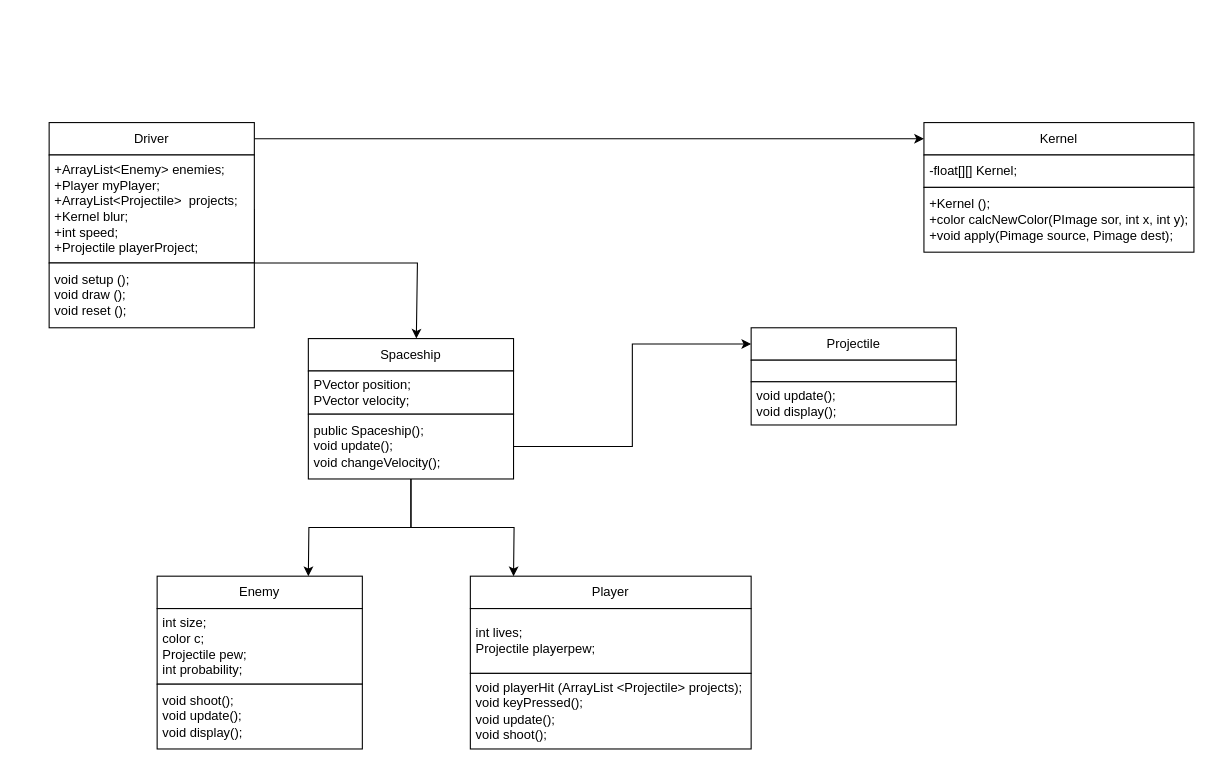
Above: Untitled Diagram.drawio in JasxnNg/Final-Project (draw.io), before the change. Source tidied: cells renumbered, new cells numbered last; positions are measured from the earlier drawing's top-left corner, leaving out a move shared by most shapes. Both pictures are drawn from the tidied source at 108%, with x=0, y=0 at pixel (49, 122).
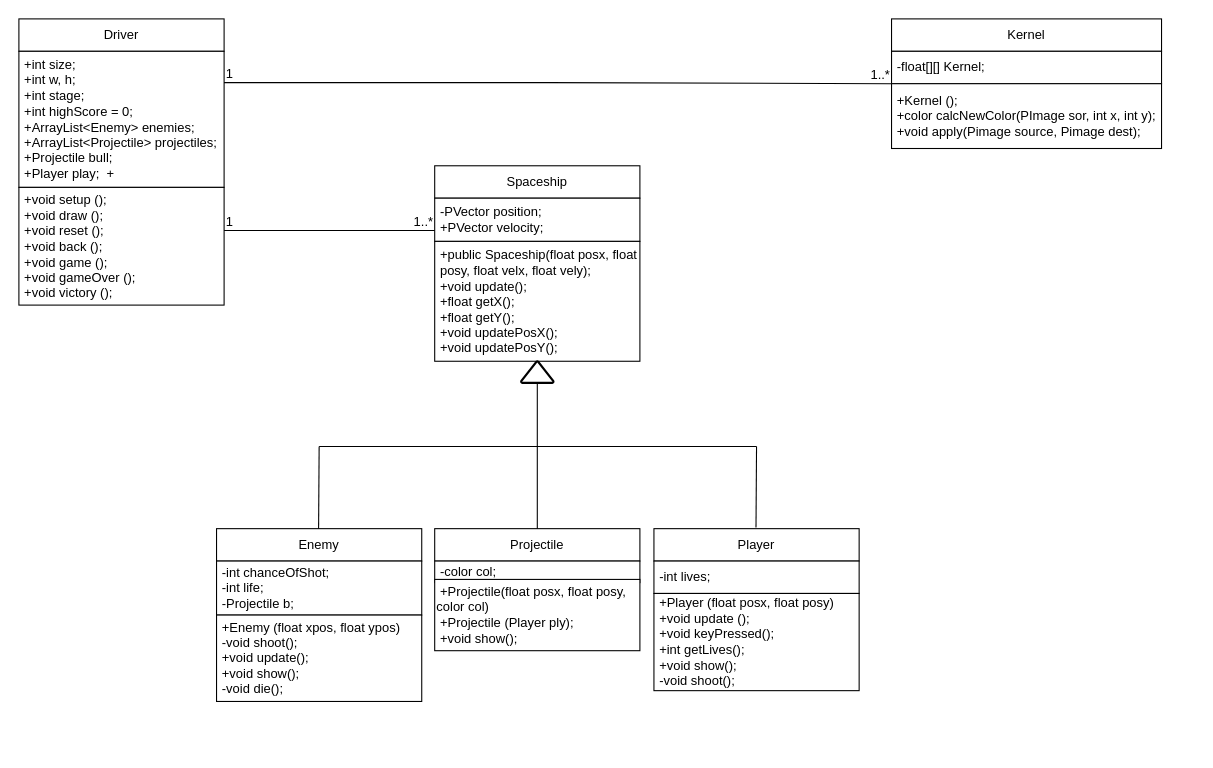
The same page after the edit.

The edit, as a diff of the source:
```diff
@@
-    <mxCell id="2" style="edgeStyle=orthogonalEdgeStyle;rounded=0;jettySize=auto;html=1;entryX=0;entryY=0.5;entryDx=0;entryDy=0;" parent="1" edge="1" source="3" target="7">
-      <mxGeometry relative="1" as="geometry" />
-    </mxCell>
     <mxCell id="3" value="Driver" style="rounded=0;whiteSpace=wrap;html=1;" parent="1" vertex="1">
-      <mxGeometry width="190" height="30" as="geometry" />
+      <mxGeometry x="-28" y="-96" width="190" height="30" as="geometry" />
     </mxCell>
-    <mxCell id="4" style="edgeStyle=orthogonalEdgeStyle;rounded=0;jettySize=auto;html=1;exitX=1;exitY=0.5;exitDx=0;exitDy=0;" parent="1" edge="1" source="5">
-      <mxGeometry relative="1" as="geometry">
-        <mxPoint x="340" y="200" as="targetPoint" />
-        <Array as="points">
-          <mxPoint x="190" y="130" />
-          <mxPoint x="341" y="130" />
-        </Array>
-      </mxGeometry>
-    </mxCell>
-    <mxCell id="5" value="&amp;nbsp;+ArrayList&amp;lt;Enemy&amp;gt; enemies;&amp;nbsp;&lt;br&gt;&amp;nbsp;+Player myPlayer;&amp;nbsp;&lt;br&gt;&amp;nbsp;+ArrayList&amp;lt;Projectile&amp;gt;&amp;nbsp; projects;&lt;br&gt;&amp;nbsp;+Kernel blur;&amp;nbsp;&amp;nbsp;&lt;br&gt;&amp;nbsp;+int speed;&amp;nbsp;&lt;br&gt;&amp;nbsp;+Projectile playerProject;&amp;nbsp;" style="rounded=0;whiteSpace=wrap;html=1;align=left;" parent="1" vertex="1">
-      <mxGeometry y="30" width="190" height="100" as="geometry" />
+    <mxCell id="5" value="&lt;div&gt;&amp;nbsp;+int size;&amp;nbsp;&amp;nbsp;&lt;/div&gt;&lt;div&gt;&amp;nbsp;+int w, h;&amp;nbsp;&lt;/div&gt;&lt;div&gt;&amp;nbsp;+int stage;&amp;nbsp;&lt;/div&gt;&lt;div&gt;&amp;nbsp;+int highScore = 0;&amp;nbsp;&lt;/div&gt;&lt;div&gt;&amp;nbsp;+ArrayList&amp;lt;Enemy&amp;gt; enemies;&amp;nbsp;&lt;/div&gt;&lt;div&gt;&amp;nbsp;+ArrayList&amp;lt;Projectile&amp;gt; projectiles;&amp;nbsp;&lt;/div&gt;&lt;div&gt;&amp;nbsp;+Projectile bull;&amp;nbsp;&lt;/div&gt;&amp;nbsp;+Player play;&amp;nbsp;&amp;nbsp;+&amp;nbsp;" style="rounded=0;whiteSpace=wrap;html=1;align=left;" parent="1" vertex="1">
+      <mxGeometry x="-28" y="-66" width="190" height="126" as="geometry" />
     </mxCell>
-    <mxCell id="6" value="&amp;nbsp;void setup ();&amp;nbsp;&lt;br&gt;&amp;nbsp;void draw ();&amp;nbsp;&lt;br&gt;&amp;nbsp;void reset ();&amp;nbsp;" style="rounded=0;whiteSpace=wrap;html=1;align=left;" parent="1" vertex="1">
-      <mxGeometry y="130" width="190" height="60" as="geometry" />
+    <mxCell id="6" value="&amp;nbsp;+void setup ();&amp;nbsp;&lt;br&gt;&amp;nbsp;+void draw ();&amp;nbsp;&lt;br&gt;&amp;nbsp;+void reset ();&amp;nbsp;&lt;br&gt;&amp;nbsp;+void back ();&amp;nbsp;&lt;br&gt;&amp;nbsp;+void game ();&amp;nbsp;&lt;br&gt;&amp;nbsp;+void gameOver ();&lt;br&gt;&amp;nbsp;+void victory ();&amp;nbsp;" style="rounded=0;whiteSpace=wrap;html=1;align=left;" parent="1" vertex="1">
+      <mxGeometry x="-28" y="60" width="190" height="109" as="geometry" />
     </mxCell>
     <mxCell id="7" value="Kernel" style="rounded=0;whiteSpace=wrap;html=1;" parent="1" vertex="1">
-      <mxGeometry x="810" width="250" height="30" as="geometry" />
+      <mxGeometry x="780" y="-96" width="250" height="30" as="geometry" />
     </mxCell>
     <mxCell id="8" value="&amp;nbsp;-float[][] Kernel;" style="rounded=0;whiteSpace=wrap;html=1;align=left;" parent="1" vertex="1">
-      <mxGeometry x="810" y="30" width="250" height="30" as="geometry" />
+      <mxGeometry x="780" y="-66" width="250" height="30" as="geometry" />
     </mxCell>
     <mxCell id="9" value="&amp;nbsp;+Kernel ();&lt;br&gt;&amp;nbsp;+color calcNewColor(PImage sor, int x, int y);&amp;nbsp;&lt;br&gt;&amp;nbsp;+void apply(Pimage source, Pimage dest);&amp;nbsp;" style="rounded=0;whiteSpace=wrap;html=1;align=left;" parent="1" vertex="1">
-      <mxGeometry x="810" y="60" width="250" height="60" as="geometry" />
+      <mxGeometry x="780" y="-36" width="250" height="60" as="geometry" />
     </mxCell>
     <mxCell id="10" value="Spaceship" style="rounded=0;whiteSpace=wrap;html=1;" parent="1" vertex="1">
-      <mxGeometry x="240" y="200" width="190" height="30" as="geometry" />
+      <mxGeometry x="357" y="40" width="190" height="30" as="geometry" />
     </mxCell>
-    <mxCell id="11" value="&amp;nbsp;PVector position;&amp;nbsp;&lt;br&gt;&amp;nbsp;PVector velocity;&amp;nbsp;" style="rounded=0;whiteSpace=wrap;html=1;align=left;" parent="1" vertex="1">
-      <mxGeometry x="240" y="230" width="190" height="40" as="geometry" />
+    <mxCell id="11" value="&amp;nbsp;-PVector position;&amp;nbsp;&lt;br&gt;&amp;nbsp;+PVector velocity;&amp;nbsp;" style="rounded=0;whiteSpace=wrap;html=1;align=left;" parent="1" vertex="1">
+      <mxGeometry x="357" y="70" width="190" height="40" as="geometry" />
     </mxCell>
-    <mxCell id="12" style="edgeStyle=orthogonalEdgeStyle;rounded=0;jettySize=auto;html=1;" parent="1" edge="1" source="15">
-      <mxGeometry relative="1" as="geometry">
-        <mxPoint x="240" y="420" as="targetPoint" />
-      </mxGeometry>
-    </mxCell>
-    <mxCell id="13" style="edgeStyle=orthogonalEdgeStyle;rounded=0;jettySize=auto;html=1;" parent="1" edge="1" source="15">
-      <mxGeometry relative="1" as="geometry">
-        <mxPoint x="430" y="420" as="targetPoint" />
-      </mxGeometry>
-    </mxCell>
-    <mxCell id="14" style="edgeStyle=orthogonalEdgeStyle;rounded=0;jettySize=auto;html=1;entryX=0;entryY=0.5;entryDx=0;entryDy=0;" parent="1" edge="1" source="15" target="20">
-      <mxGeometry relative="1" as="geometry" />
-    </mxCell>
-    <mxCell id="15" value="&amp;nbsp;public Spaceship();&amp;nbsp;&lt;br&gt;&amp;nbsp;void update();&amp;nbsp;&lt;br&gt;&amp;nbsp;void changeVelocity();&amp;nbsp;" style="rounded=0;whiteSpace=wrap;html=1;align=left;" parent="1" vertex="1">
-      <mxGeometry x="240" y="270" width="190" height="60" as="geometry" />
+    <mxCell id="15" value="&amp;nbsp;+public Spaceship(float posx, float &lt;span style=&quot;white-space: pre;&quot;&gt; &lt;/span&gt;posy, float velx, float vely);&amp;nbsp;&lt;br&gt;&amp;nbsp;+void update();&amp;nbsp;&lt;br&gt;&amp;nbsp;+float getX();&lt;br&gt;&amp;nbsp;+float getY();&amp;nbsp;&lt;br&gt;&amp;nbsp;+void updatePosX();&amp;nbsp;&lt;br&gt;&amp;nbsp;+void updatePosY();" style="rounded=0;whiteSpace=wrap;html=1;align=left;" parent="1" vertex="1">
+      <mxGeometry x="357" y="110" width="190" height="111" as="geometry" />
     </mxCell>
     <mxCell id="16" value="Player" style="rounded=0;whiteSpace=wrap;html=1;" parent="1" vertex="1">
-      <mxGeometry x="390" y="420" width="260" height="30" as="geometry" />
+      <mxGeometry x="560" y="376" width="190" height="30" as="geometry" />
     </mxCell>
     <mxCell id="17" value="Enemy" style="rounded=0;whiteSpace=wrap;html=1;" parent="1" vertex="1">
-      <mxGeometry x="100" y="420" width="190" height="30" as="geometry" />
+      <mxGeometry x="155" y="376" width="190" height="30" as="geometry" />
     </mxCell>
-    <mxCell id="18" value="&amp;nbsp;int size;&amp;nbsp;&lt;br&gt;&amp;nbsp;color c;&amp;nbsp;&lt;br&gt;&amp;nbsp;Projectile pew;&amp;nbsp;&lt;br&gt;&amp;nbsp;int probability;&amp;nbsp;&amp;nbsp;" style="rounded=0;whiteSpace=wrap;html=1;align=left;" parent="1" vertex="1">
-      <mxGeometry x="100" y="450" width="190" height="70" as="geometry" />
+    <mxCell id="18" value="&amp;nbsp;-int chanceOfShot;&amp;nbsp;&lt;br&gt;&amp;nbsp;-int life;&amp;nbsp;&lt;br&gt;&amp;nbsp;-Projectile b;&amp;nbsp;" style="rounded=0;whiteSpace=wrap;html=1;align=left;" parent="1" vertex="1">
+      <mxGeometry x="155" y="406" width="190" height="50" as="geometry" />
     </mxCell>
-    <mxCell id="19" value="&amp;nbsp;int lives;&amp;nbsp;&lt;br&gt;&amp;nbsp;Projectile playerpew;&amp;nbsp;" style="rounded=0;whiteSpace=wrap;html=1;align=left;" parent="1" vertex="1">
-      <mxGeometry x="390" y="450" width="260" height="60" as="geometry" />
+    <mxCell id="19" value="&amp;nbsp;-int lives;&amp;nbsp;&lt;br&gt;" style="rounded=0;whiteSpace=wrap;html=1;align=left;" parent="1" vertex="1">
+      <mxGeometry x="560" y="406" width="190" height="30" as="geometry" />
     </mxCell>
     <mxCell id="20" value="Projectile" style="rounded=0;whiteSpace=wrap;html=1;" parent="1" vertex="1">
-      <mxGeometry x="650" y="190" width="190" height="30" as="geometry" />
+      <mxGeometry x="357" y="376" width="190" height="30" as="geometry" />
     </mxCell>
-    <mxCell id="21" value="&amp;nbsp;void shoot();&amp;nbsp;&lt;br&gt;&amp;nbsp;void update();&amp;nbsp;&lt;br&gt;&amp;nbsp;void display();&amp;nbsp;" style="rounded=0;whiteSpace=wrap;html=1;align=left;" parent="1" vertex="1">
-      <mxGeometry x="100" y="520" width="190" height="60" as="geometry" />
+    <mxCell id="21" value="&amp;nbsp;+Enemy (float xpos, float ypos)&lt;br&gt;&amp;nbsp;-void shoot();&amp;nbsp;&lt;br&gt;&amp;nbsp;+void update();&amp;nbsp;&lt;br&gt;&amp;nbsp;+void show();&lt;br&gt;&amp;nbsp;-void die();&amp;nbsp;&amp;nbsp;" style="rounded=0;whiteSpace=wrap;html=1;align=left;" parent="1" vertex="1">
+      <mxGeometry x="155" y="456" width="190" height="80" as="geometry" />
     </mxCell>
-    <mxCell id="22" value="&amp;nbsp;void playerHit (ArrayList &amp;lt;Projectile&amp;gt; projects);&lt;br&gt;&amp;nbsp;void keyPressed();&amp;nbsp;&lt;br&gt;&amp;nbsp;void update();&amp;nbsp;&lt;br&gt;&amp;nbsp;void shoot();&amp;nbsp;" style="rounded=0;whiteSpace=wrap;html=1;align=left;" parent="1" vertex="1">
-      <mxGeometry x="390" y="510" width="260" height="70" as="geometry" />
+    <mxCell id="22" value="&amp;nbsp;+Player (float posx, float posy)&lt;br&gt;&amp;nbsp;+void update ();&amp;nbsp;&lt;br&gt;&amp;nbsp;+void keyPressed();&amp;nbsp;&lt;br&gt;&amp;nbsp;+int getLives();&amp;nbsp;&lt;br&gt;&amp;nbsp;+void show();&amp;nbsp;&lt;br&gt;&amp;nbsp;-void shoot();&amp;nbsp;&amp;nbsp;" style="rounded=0;whiteSpace=wrap;html=1;align=left;" parent="1" vertex="1">
+      <mxGeometry x="560" y="436" width="190" height="90" as="geometry" />
     </mxCell>
-    <mxCell id="23" style="rounded=0;whiteSpace=wrap;html=1;align=left;" parent="1" vertex="1">
-      <mxGeometry x="650" y="220" width="190" height="20" as="geometry" />
+    <mxCell id="23" value="&amp;nbsp;-color col;&amp;nbsp;" style="rounded=0;whiteSpace=wrap;html=1;align=left;" parent="1" vertex="1">
+      <mxGeometry x="357" y="406" width="190" height="20" as="geometry" />
     </mxCell>
-    <mxCell id="24" value="&amp;nbsp;void update();&amp;nbsp;&lt;br&gt;&amp;nbsp;void display();&amp;nbsp;" style="rounded=0;whiteSpace=wrap;html=1;align=left;" parent="1" vertex="1">
-      <mxGeometry x="650" y="240" width="190" height="40" as="geometry" />
+    <mxCell id="24" value="&amp;nbsp;+Projectile(float posx, float posy, color col)&lt;br&gt;&amp;nbsp;+Projectile (Player ply);&amp;nbsp;&lt;br&gt;&amp;nbsp;+void show();&amp;nbsp;" style="rounded=0;whiteSpace=wrap;html=1;align=left;" parent="1" vertex="1">
+      <mxGeometry x="357" y="423" width="190" height="66" as="geometry" />
     </mxCell>
+    <mxCell id="25" style="strokeWidth=2;html=1;shape=mxgraph.flowchart.merge_or_storage;whiteSpace=wrap;direction=west;" parent="1" vertex="1">
+      <mxGeometry x="437" y="221" width="30" height="20" as="geometry" />
+    </mxCell>
+    <mxCell id="26" style="endArrow=none;html=1;rounded=0;entryX=0.5;entryY=0;entryDx=0;entryDy=0;exitX=0.5;exitY=0;exitDx=0;exitDy=0;exitPerimeter=0;" parent="1" edge="1" source="25" target="20">
+      <mxGeometry relative="1" as="geometry" />
+    </mxCell>
+    <mxCell id="27" style="endArrow=none;html=1;rounded=0;" parent="1" edge="1">
+      <mxGeometry relative="1" as="geometry">
+        <mxPoint x="250" y="300" as="sourcePoint" />
+        <mxPoint x="655" y="300" as="targetPoint" />
+      </mxGeometry>
+    </mxCell>
+    <mxCell id="28" style="endArrow=none;html=1;rounded=0;" parent="1" edge="1">
+      <mxGeometry relative="1" as="geometry">
+        <mxPoint x="250" y="300" as="sourcePoint" />
+        <mxPoint x="249.5" y="376" as="targetPoint" />
+      </mxGeometry>
+    </mxCell>
+    <mxCell id="29" style="endArrow=none;html=1;rounded=0;" parent="1" edge="1">
+      <mxGeometry relative="1" as="geometry">
+        <mxPoint x="655" y="300" as="sourcePoint" />
+        <mxPoint x="654.5" y="375" as="targetPoint" />
+      </mxGeometry>
+    </mxCell>
+    <mxCell id="30" style="endArrow=none;html=1;rounded=0;entryX=0;entryY=0.75;entryDx=0;entryDy=0;" parent="1" edge="1" target="11">
+      <mxGeometry relative="1" as="geometry">
+        <mxPoint x="162" y="100" as="sourcePoint" />
+      </mxGeometry>
+    </mxCell>
+    <mxCell id="31" value="1" style="html=1;whiteSpace=wrap;align=left;verticalAlign=bottom;" parent="30" vertex="1">
+      <mxGeometry x="-1" relative="1" as="geometry" />
+    </mxCell>
+    <mxCell id="32" value="1..*" style="html=1;whiteSpace=wrap;align=right;verticalAlign=bottom;" parent="30" vertex="1">
+      <mxGeometry x="1" relative="1" as="geometry" />
+    </mxCell>
+    <mxCell id="33" style="endArrow=none;html=1;rounded=0;entryX=0;entryY=1;entryDx=0;entryDy=0;" parent="1" edge="1" target="8">
+      <mxGeometry relative="1" as="geometry">
+        <mxPoint x="162" y="-37" as="sourcePoint" />
+        <Array as="points">
+          <mxPoint x="462" y="-37" />
+        </Array>
+      </mxGeometry>
+    </mxCell>
+    <mxCell id="34" value="1" style="html=1;whiteSpace=wrap;align=left;verticalAlign=bottom;" parent="33" vertex="1">
+      <mxGeometry x="-1" relative="1" as="geometry" />
+    </mxCell>
+    <mxCell id="35" value="1..*" style="html=1;whiteSpace=wrap;align=right;verticalAlign=bottom;" parent="33" vertex="1">
+      <mxGeometry x="1" relative="1" as="geometry" />
+    </mxCell>
```
